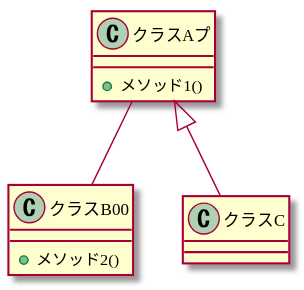
Above: sample/images/sample-classdiagram.svg in azarasi/asciidoctor-sample (PlantUML), before the change.
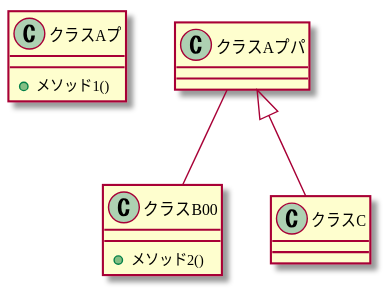
The same diagram one commit later.

Change to the diagram source:
```diff
@@ -1,6 +1,6 @@
 @startuml
 skinparam {
-  defaultFontName "MigMix 1p"
+  defaultFontName "Mgen+ 1cp regular"
 }
 
 class "クラスAプ" {
@@ -11,6 +11,6 @@
 }
 class "クラスC" {
 }
-"クラスAプ" -- "クラスB00"
-"クラスAプ" <|-- "クラスC"
+"クラスAプパ" -- "クラスB00"
+"クラスAプパ" <|-- "クラスC"
 @enduml
```
